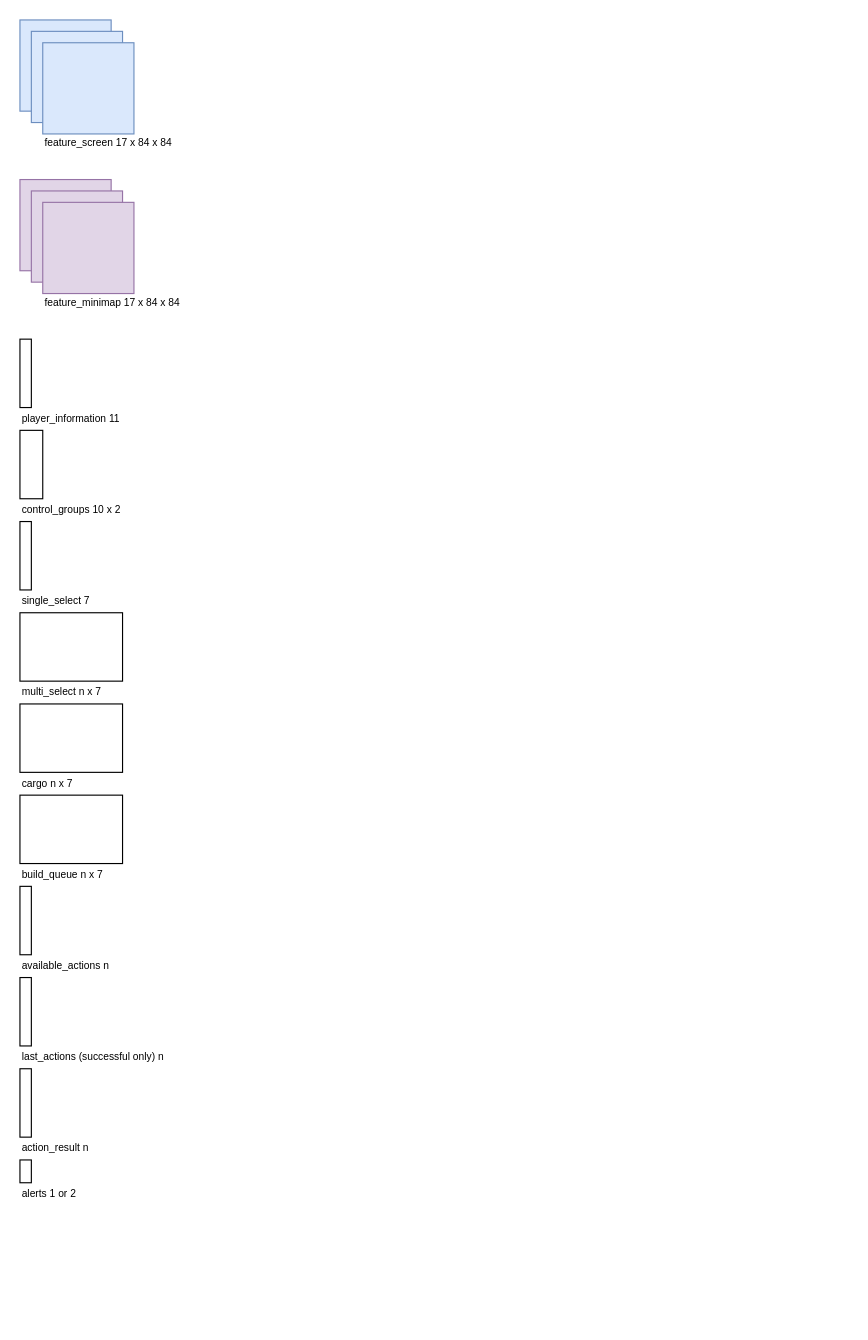
Before: Architecture.drawio in Tzeny/deepstellar, a draw.io diagram. Source tidied: cells renumbered, new cells numbered last; positions are measured from the earlier drawing's top-left corner, leaving out a move shared by most shapes. Both pictures are drawn from the tidied source at 114%, with x=0, y=0 at pixel (19, 19).
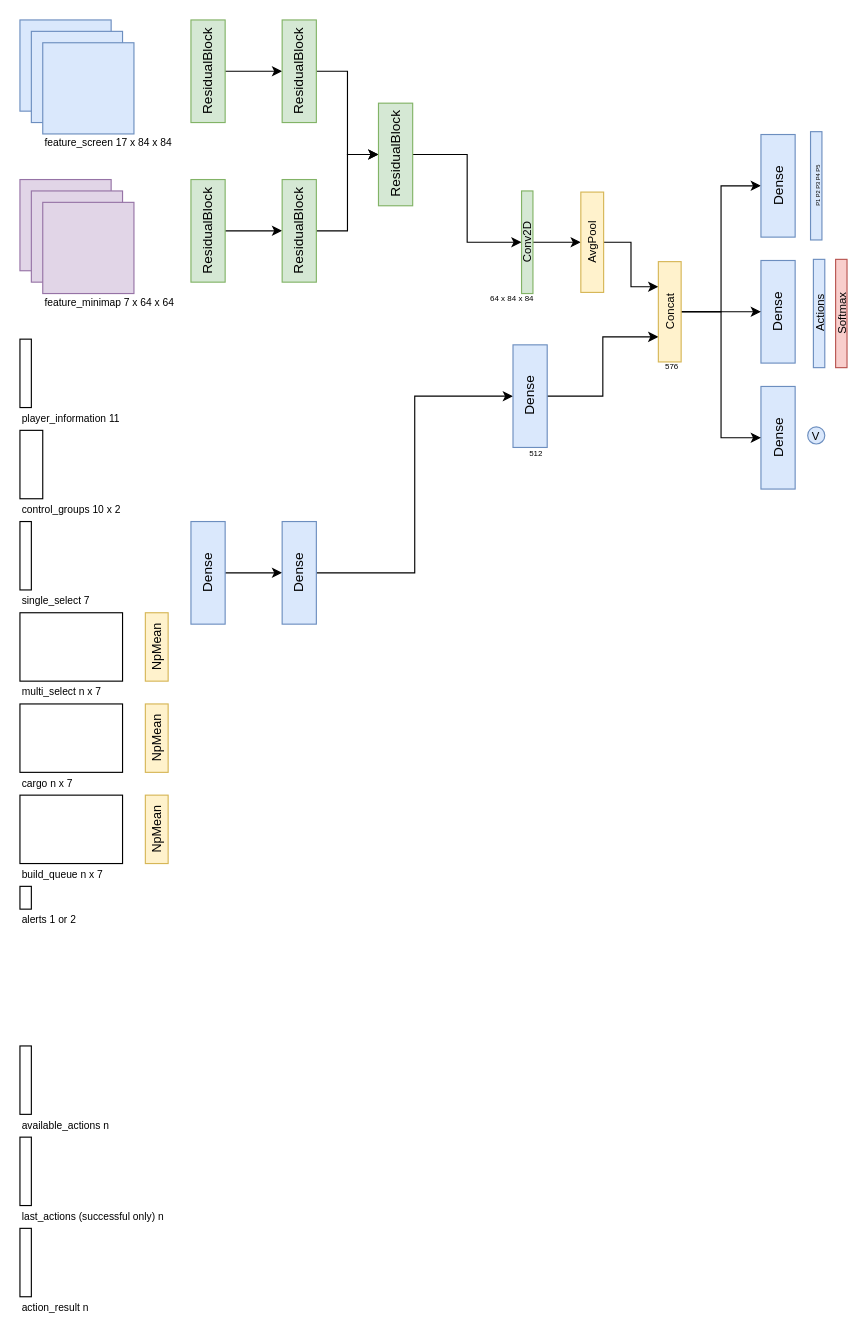
The same diagram, later.

Commit message (it also covers changes not shown here):
Updated Architecture.drawio; added proability distribution sampling in simple_agent

The edit, as a diff of the source:
```diff
@@
-    <mxCell id="9" value="feature_minimap&amp;nbsp;17 x 84 x 84" style="text;html=1;strokeColor=none;fillColor=none;align=left;verticalAlign=middle;whiteSpace=wrap;rounded=0;fontSize=9;" parent="1" vertex="1">
+    <mxCell id="9" value="feature_minimap&amp;nbsp;7 x 64 x 64" style="text;html=1;strokeColor=none;fillColor=none;align=left;verticalAlign=middle;whiteSpace=wrap;rounded=0;fontSize=9;" parent="1" vertex="1">
       <mxGeometry x="20" y="238" width="140" height="20" as="geometry" />
     </mxCell>
@@
     <mxCell id="22" style="rounded=0;whiteSpace=wrap;html=1;fontSize=9;align=left;" parent="1" vertex="1">
-      <mxGeometry y="760" width="10" height="60" as="geometry" />
+      <mxGeometry y="900" width="10" height="60" as="geometry" />
     </mxCell>
     <mxCell id="23" value="available_actions n" style="text;html=1;strokeColor=none;fillColor=none;align=left;verticalAlign=middle;whiteSpace=wrap;rounded=0;fontSize=9;" parent="1" vertex="1">
-      <mxGeometry y="820" width="140" height="20" as="geometry" />
+      <mxGeometry y="960" width="140" height="20" as="geometry" />
     </mxCell>
     <mxCell id="24" style="rounded=0;whiteSpace=wrap;html=1;fontSize=9;align=left;" parent="1" vertex="1">
-      <mxGeometry y="840" width="10" height="60" as="geometry" />
+      <mxGeometry y="980" width="10" height="60" as="geometry" />
     </mxCell>
     <mxCell id="25" value="last_actions (successful only) n&amp;nbsp;" style="text;html=1;strokeColor=none;fillColor=none;align=left;verticalAlign=middle;whiteSpace=wrap;rounded=0;fontSize=9;" parent="1" vertex="1">
-      <mxGeometry y="900" width="140" height="20" as="geometry" />
+      <mxGeometry y="1040" width="140" height="20" as="geometry" />
     </mxCell>
     <mxCell id="26" style="rounded=0;whiteSpace=wrap;html=1;fontSize=9;align=left;" parent="1" vertex="1">
-      <mxGeometry y="920" width="10" height="60" as="geometry" />
+      <mxGeometry y="1060" width="10" height="60" as="geometry" />
     </mxCell>
     <mxCell id="27" value="action_result n&amp;nbsp;" style="text;html=1;strokeColor=none;fillColor=none;align=left;verticalAlign=middle;whiteSpace=wrap;rounded=0;fontSize=9;" parent="1" vertex="1">
-      <mxGeometry y="980" width="140" height="20" as="geometry" />
+      <mxGeometry y="1120" width="140" height="20" as="geometry" />
     </mxCell>
     <mxCell id="28" style="rounded=0;whiteSpace=wrap;html=1;fontSize=9;align=left;" parent="1" vertex="1">
-      <mxGeometry y="1000" width="10" height="20" as="geometry" />
+      <mxGeometry y="760" width="10" height="20" as="geometry" />
     </mxCell>
     <mxCell id="29" value="alerts 1 or 2" style="text;html=1;strokeColor=none;fillColor=none;align=left;verticalAlign=middle;whiteSpace=wrap;rounded=0;fontSize=9;" parent="1" vertex="1">
-      <mxGeometry y="1020" width="140" height="20" as="geometry" />
+      <mxGeometry y="780" width="140" height="20" as="geometry" />
     </mxCell>
+    <mxCell id="30" style="edgeStyle=orthogonalEdgeStyle;rounded=0;jettySize=auto;html=1;exitX=1;exitY=0.5;exitDx=0;exitDy=0;fontSize=10;" parent="1" edge="1" source="31" target="33">
+      <mxGeometry relative="1" as="geometry" />
+    </mxCell>
+    <mxCell id="31" value="ResidualBlock&lt;br&gt;" style="rounded=0;whiteSpace=wrap;html=1;fillColor=#d5e8d4;strokeColor=#82b366;horizontal=0;" parent="1" vertex="1">
+      <mxGeometry x="150" width="30" height="90" as="geometry" />
+    </mxCell>
+    <mxCell id="32" style="edgeStyle=orthogonalEdgeStyle;rounded=0;jettySize=auto;html=1;entryX=0;entryY=0.5;entryDx=0;entryDy=0;fontSize=10;" parent="1" edge="1" source="33" target="39">
+      <mxGeometry relative="1" as="geometry" />
+    </mxCell>
+    <mxCell id="33" value="ResidualBlock&lt;br&gt;" style="rounded=0;whiteSpace=wrap;html=1;fillColor=#d5e8d4;strokeColor=#82b366;horizontal=0;" parent="1" vertex="1">
+      <mxGeometry x="230" width="30" height="90" as="geometry" />
+    </mxCell>
+    <mxCell id="34" style="edgeStyle=orthogonalEdgeStyle;rounded=0;jettySize=auto;html=1;exitX=1;exitY=0.5;exitDx=0;exitDy=0;entryX=0;entryY=0.5;entryDx=0;entryDy=0;fontSize=10;" parent="1" edge="1" source="35" target="37">
+      <mxGeometry relative="1" as="geometry" />
+    </mxCell>
+    <mxCell id="35" value="ResidualBlock&lt;br&gt;" style="rounded=0;whiteSpace=wrap;html=1;fillColor=#d5e8d4;strokeColor=#82b366;horizontal=0;" parent="1" vertex="1">
+      <mxGeometry x="150" y="140" width="30" height="90" as="geometry" />
+    </mxCell>
+    <mxCell id="36" style="edgeStyle=orthogonalEdgeStyle;rounded=0;jettySize=auto;html=1;entryX=0;entryY=0.5;entryDx=0;entryDy=0;fontSize=10;" parent="1" edge="1" source="37" target="39">
+      <mxGeometry relative="1" as="geometry" />
+    </mxCell>
+    <mxCell id="37" value="ResidualBlock&lt;br&gt;" style="rounded=0;whiteSpace=wrap;html=1;fillColor=#d5e8d4;strokeColor=#82b366;horizontal=0;" parent="1" vertex="1">
+      <mxGeometry x="230" y="140" width="30" height="90" as="geometry" />
+    </mxCell>
+    <mxCell id="38" style="edgeStyle=orthogonalEdgeStyle;rounded=0;jettySize=auto;html=1;entryX=0;entryY=0.5;entryDx=0;entryDy=0;fontSize=10;" parent="1" edge="1" source="39" target="51">
+      <mxGeometry relative="1" as="geometry" />
+    </mxCell>
+    <mxCell id="39" value="ResidualBlock&lt;br&gt;" style="rounded=0;whiteSpace=wrap;html=1;fillColor=#d5e8d4;strokeColor=#82b366;horizontal=0;" parent="1" vertex="1">
+      <mxGeometry x="314.5" y="73" width="30" height="90" as="geometry" />
+    </mxCell>
+    <mxCell id="40" value="&lt;font style=&quot;font-size: 11px;&quot;&gt;NpMean&lt;/font&gt;&lt;br style=&quot;font-size: 11px;&quot;&gt;" style="rounded=0;whiteSpace=wrap;html=1;fillColor=#fff2cc;strokeColor=#d6b656;horizontal=0;fontSize=11;" parent="1" vertex="1">
+      <mxGeometry x="110" y="520" width="20" height="60" as="geometry" />
+    </mxCell>
+    <mxCell id="41" style="edgeStyle=orthogonalEdgeStyle;rounded=0;jettySize=auto;html=1;fontSize=10;" parent="1" edge="1" source="42" target="44">
+      <mxGeometry relative="1" as="geometry" />
+    </mxCell>
+    <mxCell id="42" value="Dense&lt;br&gt;" style="rounded=0;whiteSpace=wrap;html=1;fillColor=#dae8fc;strokeColor=#6c8ebf;horizontal=0;" parent="1" vertex="1">
+      <mxGeometry x="150" y="440" width="30" height="90" as="geometry" />
+    </mxCell>
+    <mxCell id="43" style="edgeStyle=orthogonalEdgeStyle;rounded=0;jettySize=auto;html=1;exitX=1;exitY=0.5;exitDx=0;exitDy=0;entryX=0;entryY=0.5;entryDx=0;entryDy=0;fontSize=7;" parent="1" edge="1" source="44" target="53">
+      <mxGeometry relative="1" as="geometry" />
+    </mxCell>
+    <mxCell id="44" value="Dense&lt;br&gt;" style="rounded=0;whiteSpace=wrap;html=1;fillColor=#dae8fc;strokeColor=#6c8ebf;horizontal=0;" parent="1" vertex="1">
+      <mxGeometry x="230" y="440" width="30" height="90" as="geometry" />
+    </mxCell>
+    <mxCell id="45" value="Actions" style="rounded=0;whiteSpace=wrap;html=1;fontSize=10;horizontal=0;fillColor=#dae8fc;strokeColor=#6c8ebf;" parent="1" vertex="1">
+      <mxGeometry x="696" y="210" width="10" height="95" as="geometry" />
+    </mxCell>
+    <mxCell id="46" value="V" style="ellipse;whiteSpace=wrap;html=1;fontSize=10;fillColor=#dae8fc;strokeColor=#6c8ebf;" parent="1" vertex="1">
+      <mxGeometry x="691" y="357" width="15" height="15" as="geometry" />
+    </mxCell>
+    <mxCell id="47" value="Softmax&lt;br style=&quot;font-size: 10px&quot;&gt;" style="rounded=0;whiteSpace=wrap;html=1;fillColor=#f8cecc;strokeColor=#b85450;horizontal=0;fontSize=10;" parent="1" vertex="1">
+      <mxGeometry x="715.5" y="210" width="10" height="95" as="geometry" />
+    </mxCell>
+    <mxCell id="48" value="Dense&lt;br&gt;" style="rounded=0;whiteSpace=wrap;html=1;fillColor=#dae8fc;strokeColor=#6c8ebf;horizontal=0;" parent="1" vertex="1">
+      <mxGeometry x="650" y="211" width="30" height="90" as="geometry" />
+    </mxCell>
+    <mxCell id="49" value="Dense&lt;br&gt;" style="rounded=0;whiteSpace=wrap;html=1;fillColor=#dae8fc;strokeColor=#6c8ebf;horizontal=0;" parent="1" vertex="1">
+      <mxGeometry x="650" y="321.5" width="30" height="90" as="geometry" />
+    </mxCell>
+    <mxCell id="50" style="edgeStyle=orthogonalEdgeStyle;rounded=0;jettySize=auto;html=1;entryX=0;entryY=0.5;entryDx=0;entryDy=0;fontSize=7;" parent="1" edge="1" source="51" target="57">
+      <mxGeometry relative="1" as="geometry" />
+    </mxCell>
+    <mxCell id="51" value="Conv2D&lt;br style=&quot;font-size: 10px&quot;&gt;" style="rounded=0;whiteSpace=wrap;html=1;fillColor=#d5e8d4;strokeColor=#82b366;horizontal=0;fontSize=10;" parent="1" vertex="1">
+      <mxGeometry x="440" y="150" width="10" height="90" as="geometry" />
+    </mxCell>
+    <mxCell id="52" style="edgeStyle=orthogonalEdgeStyle;rounded=0;jettySize=auto;html=1;entryX=0;entryY=0.75;entryDx=0;entryDy=0;fontSize=7;" parent="1" edge="1" source="53" target="61">
+      <mxGeometry relative="1" as="geometry" />
+    </mxCell>
+    <mxCell id="53" value="Dense&lt;br&gt;" style="rounded=0;whiteSpace=wrap;html=1;fillColor=#dae8fc;strokeColor=#6c8ebf;horizontal=0;" parent="1" vertex="1">
+      <mxGeometry x="432.5" y="285" width="30" height="90" as="geometry" />
+    </mxCell>
+    <mxCell id="54" value="&amp;nbsp;64 x 84 x 84" style="text;html=1;strokeColor=none;fillColor=none;align=right;verticalAlign=middle;whiteSpace=wrap;rounded=0;fontSize=7;" parent="1" vertex="1">
+      <mxGeometry x="402.5" y="240" width="50" height="10" as="geometry" />
+    </mxCell>
+    <mxCell id="55" value="512" style="text;html=1;strokeColor=none;fillColor=none;align=center;verticalAlign=middle;whiteSpace=wrap;rounded=0;fontSize=7;" parent="1" vertex="1">
+      <mxGeometry x="432.5" y="375.5" width="40" height="10" as="geometry" />
+    </mxCell>
+    <mxCell id="56" style="edgeStyle=orthogonalEdgeStyle;rounded=0;jettySize=auto;html=1;entryX=0;entryY=0.25;entryDx=0;entryDy=0;fontSize=7;" parent="1" edge="1" source="57" target="61">
+      <mxGeometry relative="1" as="geometry" />
+    </mxCell>
+    <mxCell id="57" value="&lt;font style=&quot;font-size: 10px&quot;&gt;AvgPool&lt;/font&gt;&lt;br style=&quot;font-size: 6px&quot;&gt;" style="rounded=0;whiteSpace=wrap;html=1;fillColor=#fff2cc;strokeColor=#d6b656;horizontal=0;fontSize=6;" parent="1" vertex="1">
+      <mxGeometry x="492" y="151" width="20" height="88" as="geometry" />
+    </mxCell>
+    <mxCell id="58" style="edgeStyle=orthogonalEdgeStyle;rounded=0;jettySize=auto;html=1;entryX=0;entryY=0.5;entryDx=0;entryDy=0;fontSize=7;" parent="1" edge="1" source="61" target="49">
+      <mxGeometry relative="1" as="geometry" />
+    </mxCell>
+    <mxCell id="59" style="edgeStyle=orthogonalEdgeStyle;rounded=0;jettySize=auto;html=1;entryX=0;entryY=0.5;entryDx=0;entryDy=0;fontSize=7;" parent="1" edge="1" source="61" target="48">
+      <mxGeometry relative="1" as="geometry" />
+    </mxCell>
+    <mxCell id="60" style="edgeStyle=orthogonalEdgeStyle;rounded=0;jettySize=auto;html=1;entryX=0;entryY=0.5;entryDx=0;entryDy=0;fontSize=7;" parent="1" edge="1" source="61" target="63">
+      <mxGeometry relative="1" as="geometry" />
+    </mxCell>
+    <mxCell id="61" value="&lt;font style=&quot;font-size: 10px&quot;&gt;Concat&lt;/font&gt;&lt;br style=&quot;font-size: 6px&quot;&gt;" style="rounded=0;whiteSpace=wrap;html=1;fillColor=#fff2cc;strokeColor=#d6b656;horizontal=0;fontSize=6;" parent="1" vertex="1">
+      <mxGeometry x="560" y="212" width="20" height="88" as="geometry" />
+    </mxCell>
+    <mxCell id="62" value="576" style="text;html=1;strokeColor=none;fillColor=none;align=right;verticalAlign=middle;whiteSpace=wrap;rounded=0;fontSize=7;" parent="1" vertex="1">
+      <mxGeometry x="540" y="300" width="40" height="10" as="geometry" />
+    </mxCell>
+    <mxCell id="63" value="Dense&lt;br&gt;" style="rounded=0;whiteSpace=wrap;html=1;fillColor=#dae8fc;strokeColor=#6c8ebf;horizontal=0;" parent="1" vertex="1">
+      <mxGeometry x="650" y="100.5" width="30" height="90" as="geometry" />
+    </mxCell>
+    <mxCell id="64" value="P1 P2 P3 P4 P5&lt;br style=&quot;font-size: 5px&quot;&gt;" style="rounded=0;whiteSpace=wrap;html=1;fontSize=5;horizontal=0;fillColor=#dae8fc;strokeColor=#6c8ebf;" parent="1" vertex="1">
+      <mxGeometry x="693.5" y="98" width="10" height="95" as="geometry" />
+    </mxCell>
+    <mxCell id="65" value="&lt;font style=&quot;font-size: 11px;&quot;&gt;NpMean&lt;/font&gt;&lt;br style=&quot;font-size: 11px;&quot;&gt;" style="rounded=0;whiteSpace=wrap;html=1;fillColor=#fff2cc;strokeColor=#d6b656;horizontal=0;fontSize=11;" parent="1" vertex="1">
+      <mxGeometry x="110" y="600" width="20" height="60" as="geometry" />
+    </mxCell>
+    <mxCell id="66" value="&lt;font style=&quot;font-size: 11px;&quot;&gt;NpMean&lt;/font&gt;&lt;br style=&quot;font-size: 11px;&quot;&gt;" style="rounded=0;whiteSpace=wrap;html=1;fillColor=#fff2cc;strokeColor=#d6b656;horizontal=0;fontSize=11;" parent="1" vertex="1">
+      <mxGeometry x="110" y="680" width="20" height="60" as="geometry" />
+    </mxCell>
```
